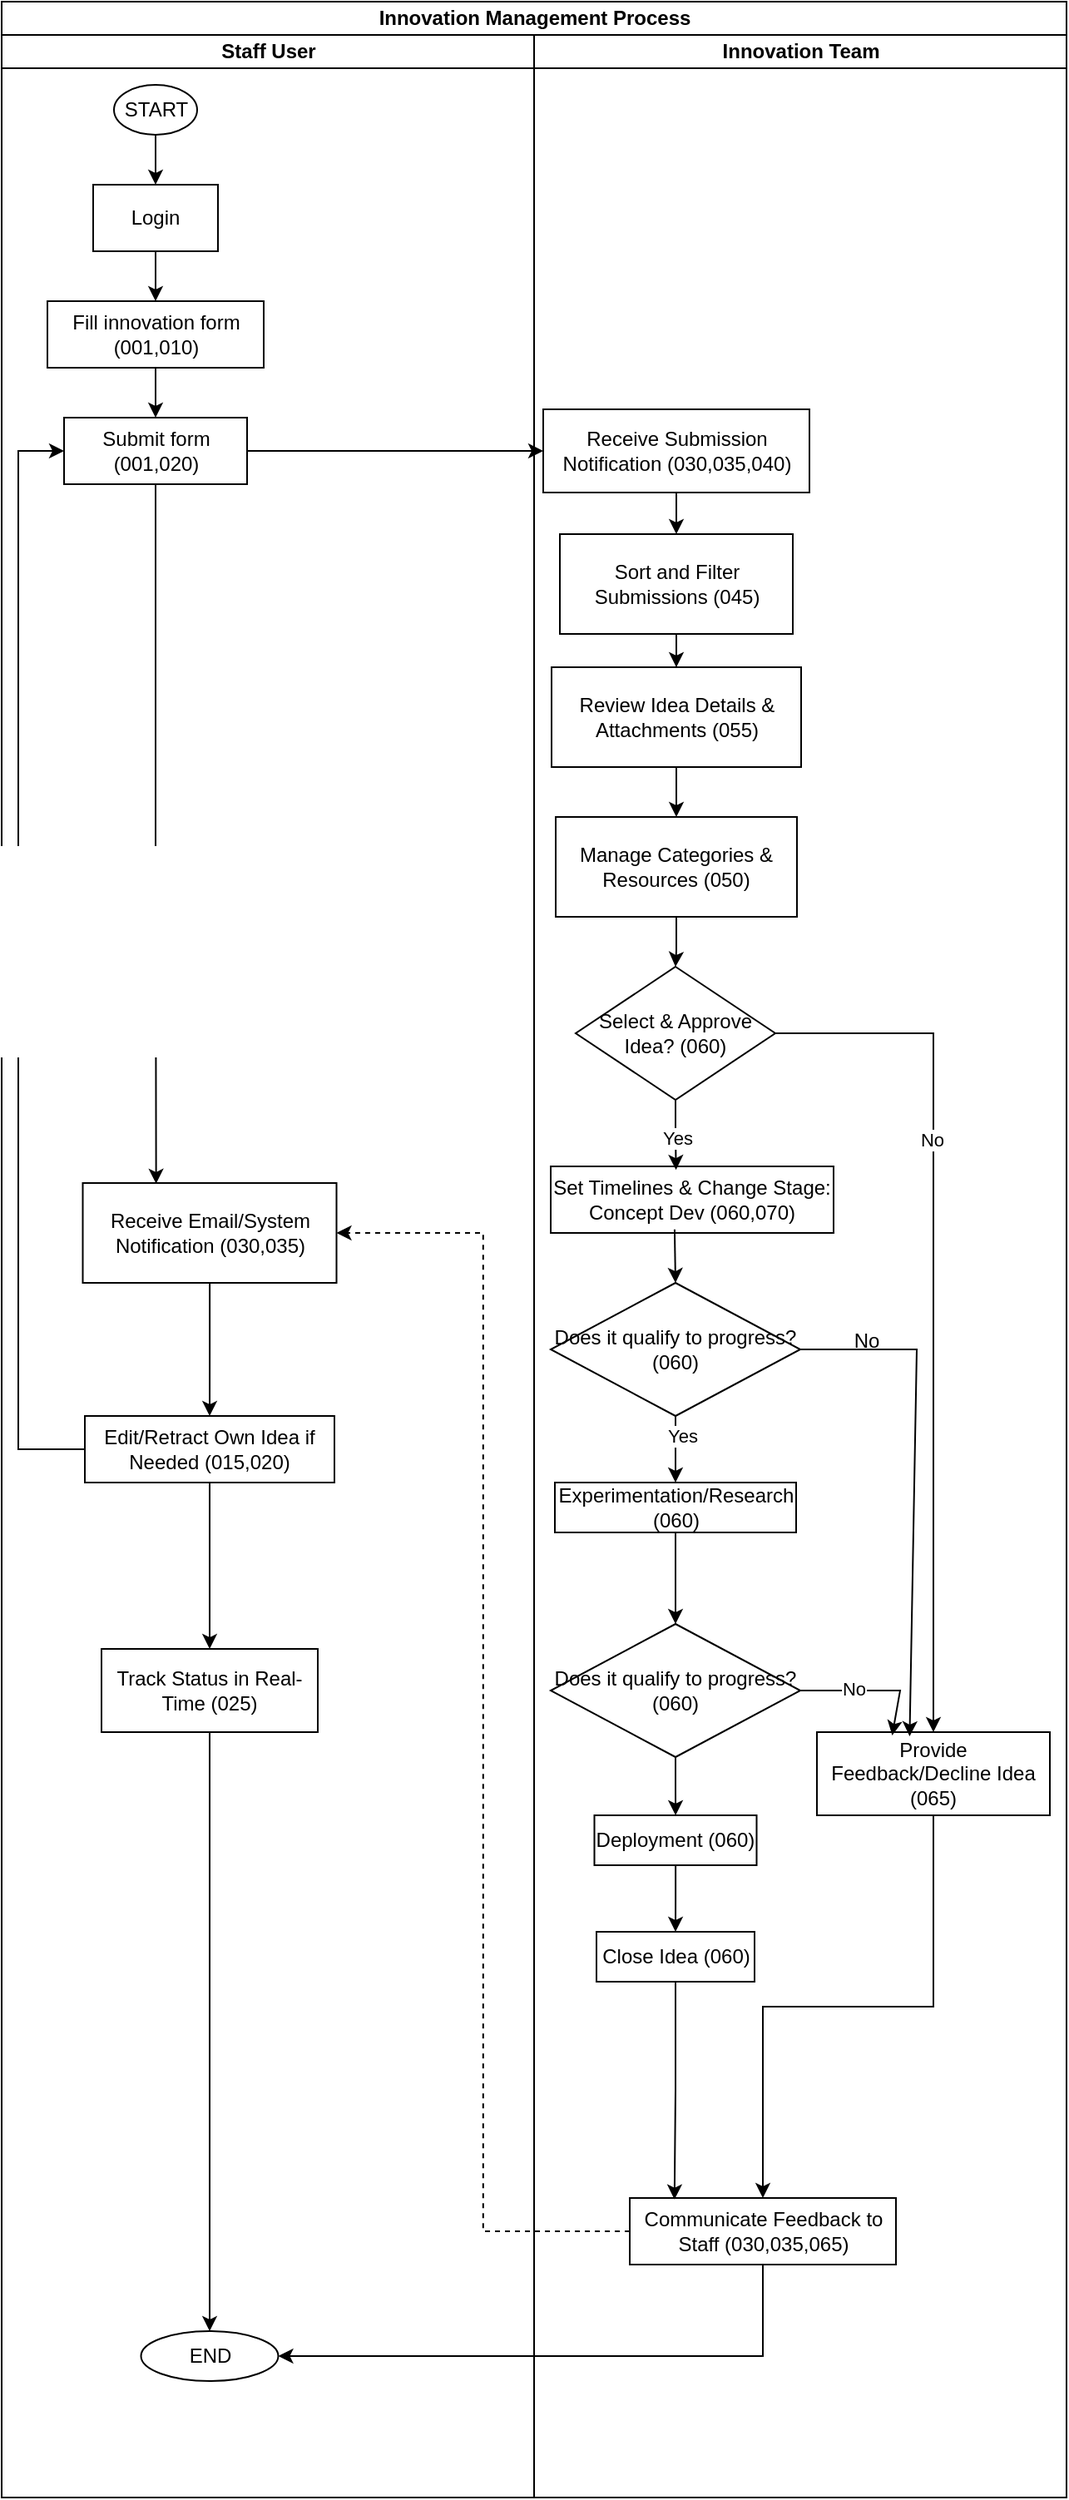
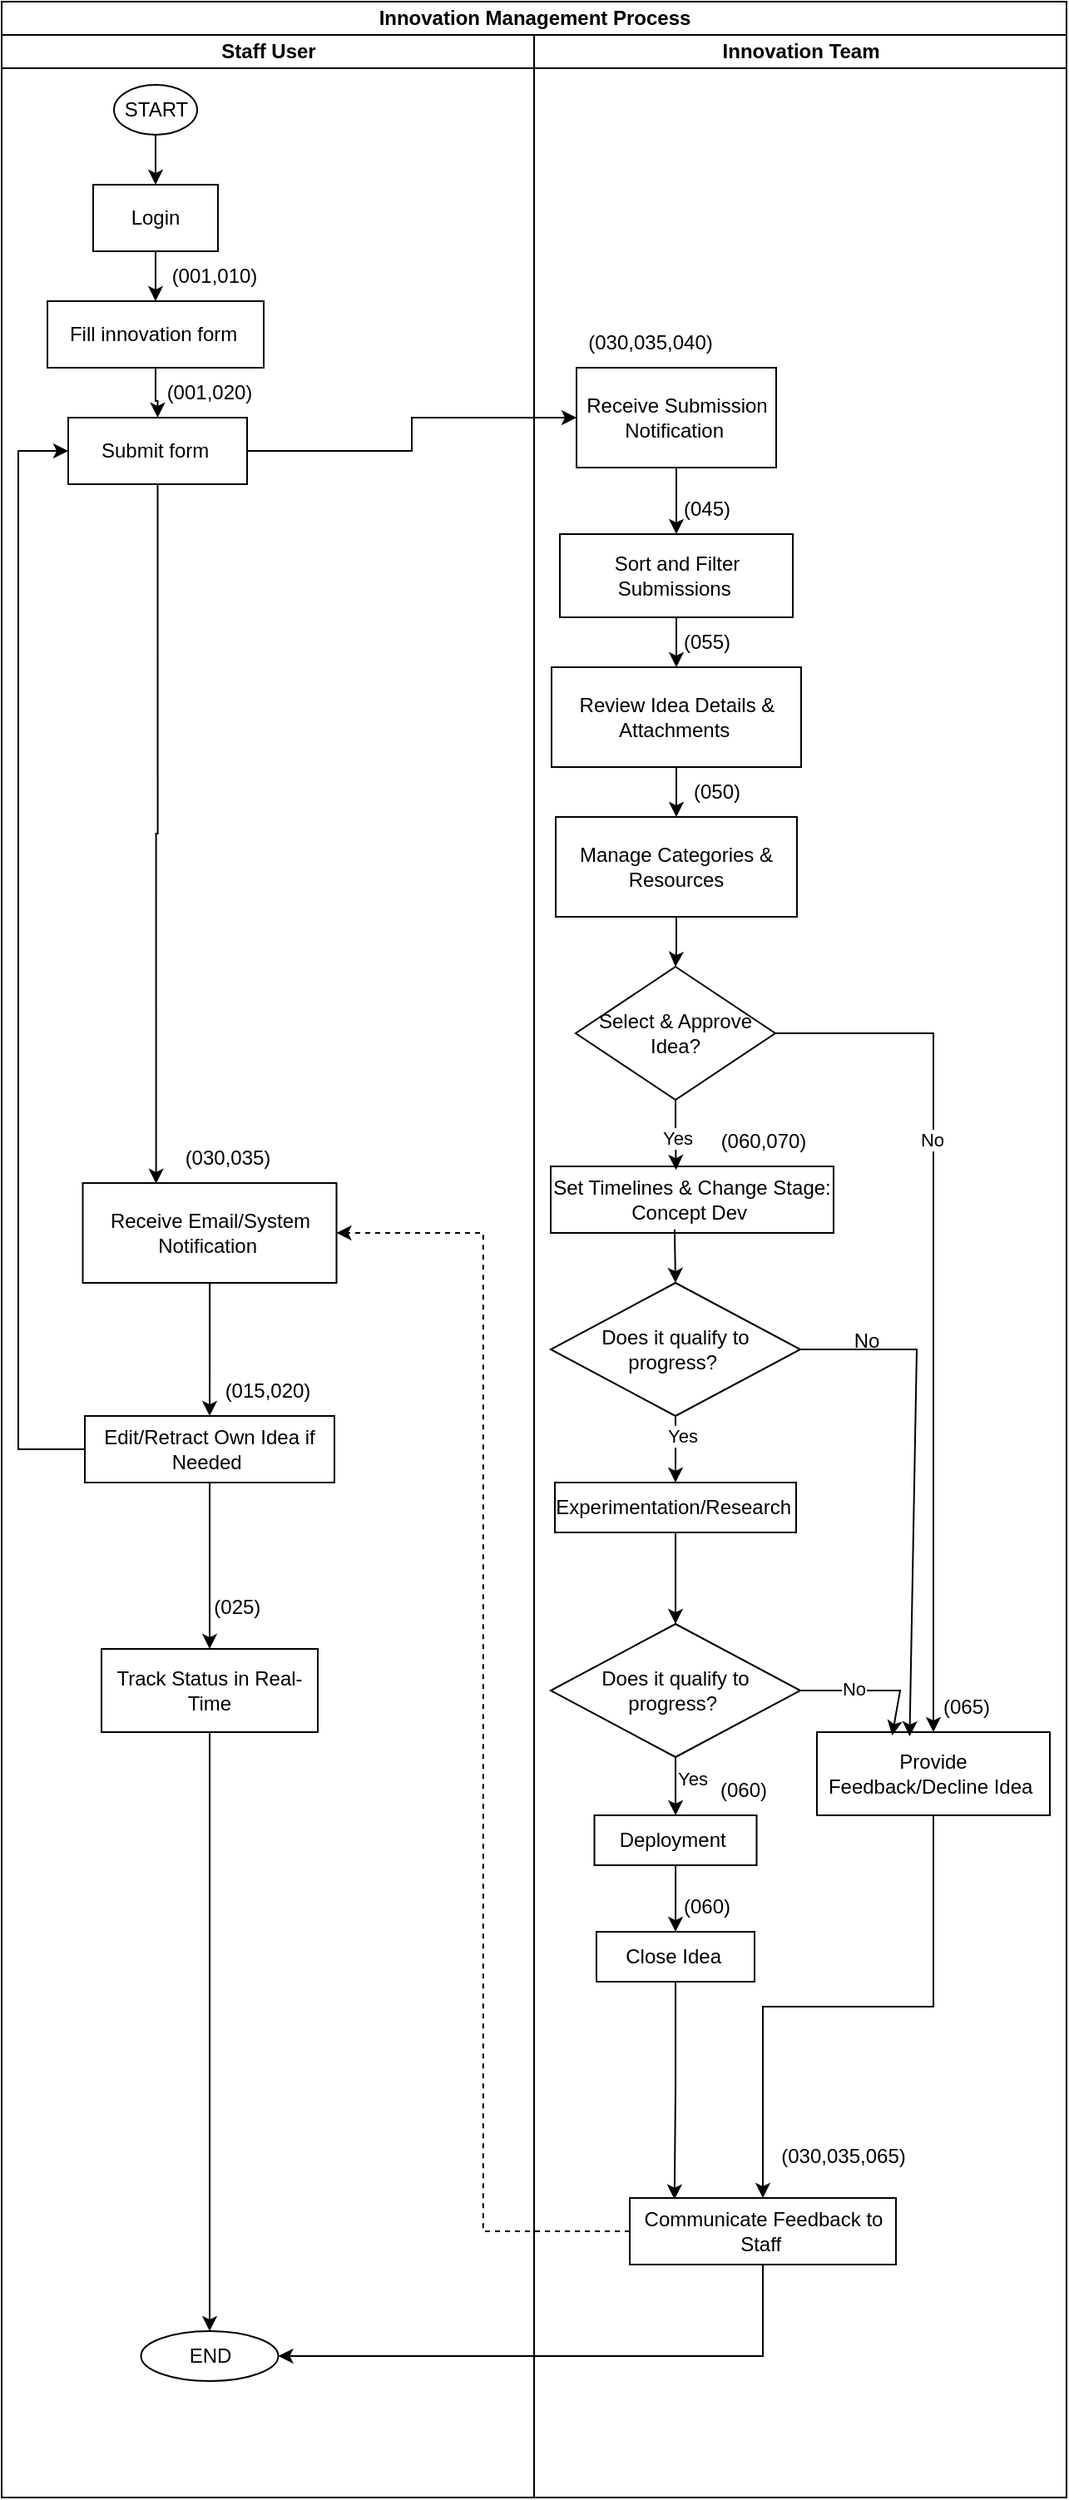
<mxfile host="app.diagrams.net">
  <diagram name="Page-1" id="NzBPN_s66oVQDI3vJqrA">
-     <mxGraphModel dx="971" dy="1600" grid="1" gridSize="10" guides="1" tooltips="1" connect="1" arrows="1" fold="1" page="1" pageScale="1" pageWidth="850" pageHeight="1100" math="0" shadow="0">
+     <mxGraphModel dx="1553" dy="1900" grid="1" gridSize="10" guides="1" tooltips="1" connect="1" arrows="1" fold="1" page="1" pageScale="1" pageWidth="850" pageHeight="1100" math="0" shadow="0">
      <root>
        <mxCell id="0" />
        <mxCell id="1" parent="0" />
        <mxCell id="LUJ0E_LTl8ZW-xbAsiY0-1" parent="1" style="swimlane;childLayout=stackLayout;resizeParent=1;resizeParentMax=0;startSize=20;html=1;" value="Innovation Management Process" vertex="1">
          <mxGeometry height="1500" width="640" x="80" y="-1090" as="geometry" />
        </mxCell>
        <mxCell id="LUJ0E_LTl8ZW-xbAsiY0-19" edge="1" parent="LUJ0E_LTl8ZW-xbAsiY0-1" source="LUJ0E_LTl8ZW-xbAsiY0-10" style="edgeStyle=orthogonalEdgeStyle;rounded=0;orthogonalLoop=1;jettySize=auto;html=1;" target="LUJ0E_LTl8ZW-xbAsiY0-24" value="">
          <mxGeometry relative="1" as="geometry" />
        </mxCell>
        <mxCell id="LUJ0E_LTl8ZW-xbAsiY0-21" edge="1" parent="LUJ0E_LTl8ZW-xbAsiY0-1" source="LUJ0E_LTl8ZW-xbAsiY0-45" style="edgeStyle=orthogonalEdgeStyle;rounded=0;orthogonalLoop=1;jettySize=auto;html=1;exitX=0.5;exitY=1;exitDx=0;exitDy=0;entryX=1;entryY=0.5;entryDx=0;entryDy=0;" target="LUJ0E_LTl8ZW-xbAsiY0-18">
          <mxGeometry relative="1" as="geometry" />
        </mxCell>
        <mxCell id="LUJ0E_LTl8ZW-xbAsiY0-2" parent="LUJ0E_LTl8ZW-xbAsiY0-1" style="swimlane;startSize=20;html=1;" value="Staff User" vertex="1">
          <mxGeometry height="1480" width="320" y="20" as="geometry" />
        </mxCell>
        <mxCell id="LUJ0E_LTl8ZW-xbAsiY0-3" edge="1" parent="LUJ0E_LTl8ZW-xbAsiY0-2" source="LUJ0E_LTl8ZW-xbAsiY0-4" style="edgeStyle=orthogonalEdgeStyle;rounded=0;orthogonalLoop=1;jettySize=auto;html=1;" target="LUJ0E_LTl8ZW-xbAsiY0-6" value="">
          <mxGeometry relative="1" as="geometry" />
        </mxCell>
        <mxCell id="LUJ0E_LTl8ZW-xbAsiY0-4" parent="LUJ0E_LTl8ZW-xbAsiY0-2" style="ellipse;whiteSpace=wrap;html=1;" value="START" vertex="1">
          <mxGeometry height="30" width="50" x="67.5" y="30" as="geometry" />
        </mxCell>
        <mxCell id="LUJ0E_LTl8ZW-xbAsiY0-5" edge="1" parent="LUJ0E_LTl8ZW-xbAsiY0-2" source="LUJ0E_LTl8ZW-xbAsiY0-6" style="edgeStyle=orthogonalEdgeStyle;rounded=0;orthogonalLoop=1;jettySize=auto;html=1;" target="LUJ0E_LTl8ZW-xbAsiY0-8" value="">
          <mxGeometry relative="1" as="geometry" />
        </mxCell>
        <mxCell id="LUJ0E_LTl8ZW-xbAsiY0-6" parent="LUJ0E_LTl8ZW-xbAsiY0-2" style="whiteSpace=wrap;html=1;" value="Login" vertex="1">
          <mxGeometry height="40" width="75" x="55" y="90" as="geometry" />
        </mxCell>
        <mxCell id="LUJ0E_LTl8ZW-xbAsiY0-7" edge="1" parent="LUJ0E_LTl8ZW-xbAsiY0-2" source="LUJ0E_LTl8ZW-xbAsiY0-8" style="edgeStyle=orthogonalEdgeStyle;rounded=0;orthogonalLoop=1;jettySize=auto;html=1;" target="LUJ0E_LTl8ZW-xbAsiY0-10" value="">
          <mxGeometry relative="1" as="geometry" />
        </mxCell>
-         <mxCell id="LUJ0E_LTl8ZW-xbAsiY0-8" parent="LUJ0E_LTl8ZW-xbAsiY0-2" style="whiteSpace=wrap;html=1;" value="Fill innovation form (001,010)" vertex="1">
+         <mxCell id="LUJ0E_LTl8ZW-xbAsiY0-8" parent="LUJ0E_LTl8ZW-xbAsiY0-2" style="whiteSpace=wrap;html=1;" value="Fill innovation form&amp;nbsp;" vertex="1">
          <mxGeometry height="40" width="130" x="27.5" y="160" as="geometry" />
        </mxCell>
        <mxCell id="LUJ0E_LTl8ZW-xbAsiY0-60" edge="1" parent="LUJ0E_LTl8ZW-xbAsiY0-2" source="LUJ0E_LTl8ZW-xbAsiY0-10" style="edgeStyle=orthogonalEdgeStyle;rounded=0;orthogonalLoop=1;jettySize=auto;html=1;exitX=0.5;exitY=1;exitDx=0;exitDy=0;entryX=0.289;entryY=0.007;entryDx=0;entryDy=0;entryPerimeter=0;" target="LUJ0E_LTl8ZW-xbAsiY0-12">
          <mxGeometry relative="1" as="geometry">
            <mxPoint x="110" y="650" as="targetPoint" />
          </mxGeometry>
        </mxCell>
-         <mxCell id="LUJ0E_LTl8ZW-xbAsiY0-10" parent="LUJ0E_LTl8ZW-xbAsiY0-2" style="whiteSpace=wrap;html=1;" value="Submit form (001,020)" vertex="1">
-           <mxGeometry height="40" width="110" x="37.5" y="230" as="geometry" />
+         <mxCell id="LUJ0E_LTl8ZW-xbAsiY0-10" parent="LUJ0E_LTl8ZW-xbAsiY0-2" style="whiteSpace=wrap;html=1;" value="Submit form&amp;nbsp;" vertex="1">
+           <mxGeometry height="40" width="107.5" x="40" y="230" as="geometry" />
        </mxCell>
        <mxCell id="LUJ0E_LTl8ZW-xbAsiY0-11" edge="1" parent="LUJ0E_LTl8ZW-xbAsiY0-2" source="LUJ0E_LTl8ZW-xbAsiY0-12" style="edgeStyle=orthogonalEdgeStyle;rounded=0;orthogonalLoop=1;jettySize=auto;html=1;" target="LUJ0E_LTl8ZW-xbAsiY0-14" value="">
          <mxGeometry relative="1" as="geometry" />
        </mxCell>
-         <mxCell id="LUJ0E_LTl8ZW-xbAsiY0-12" parent="LUJ0E_LTl8ZW-xbAsiY0-2" style="whiteSpace=wrap;html=1;" value="Receive Email/System Notification (030,035)" vertex="1">
+         <mxCell id="LUJ0E_LTl8ZW-xbAsiY0-12" parent="LUJ0E_LTl8ZW-xbAsiY0-2" style="whiteSpace=wrap;html=1;" value="Receive Email/System Notification&amp;nbsp;" vertex="1">
          <mxGeometry height="60" width="152.5" x="48.75" y="690" as="geometry" />
        </mxCell>
        <mxCell id="LUJ0E_LTl8ZW-xbAsiY0-13" edge="1" parent="LUJ0E_LTl8ZW-xbAsiY0-2" source="LUJ0E_LTl8ZW-xbAsiY0-14" style="edgeStyle=orthogonalEdgeStyle;rounded=0;orthogonalLoop=1;jettySize=auto;html=1;" target="LUJ0E_LTl8ZW-xbAsiY0-16" value="">
          <mxGeometry relative="1" as="geometry" />
        </mxCell>
-         <mxCell id="LUJ0E_LTl8ZW-xbAsiY0-14" parent="LUJ0E_LTl8ZW-xbAsiY0-2" style="whiteSpace=wrap;html=1;" value="Edit/Retract Own Idea if Needed (015,020)" vertex="1">
+         <mxCell id="LUJ0E_LTl8ZW-xbAsiY0-14" parent="LUJ0E_LTl8ZW-xbAsiY0-2" style="whiteSpace=wrap;html=1;" value="Edit/Retract Own Idea if Needed&amp;nbsp;" vertex="1">
          <mxGeometry height="40" width="150" x="50" y="830" as="geometry" />
        </mxCell>
        <mxCell id="LUJ0E_LTl8ZW-xbAsiY0-59" edge="1" parent="LUJ0E_LTl8ZW-xbAsiY0-2" source="LUJ0E_LTl8ZW-xbAsiY0-16" style="edgeStyle=orthogonalEdgeStyle;rounded=0;orthogonalLoop=1;jettySize=auto;html=1;exitX=0.5;exitY=1;exitDx=0;exitDy=0;entryX=0.5;entryY=0;entryDx=0;entryDy=0;" target="LUJ0E_LTl8ZW-xbAsiY0-18">
          <mxGeometry relative="1" as="geometry" />
        </mxCell>
-         <mxCell id="LUJ0E_LTl8ZW-xbAsiY0-16" parent="LUJ0E_LTl8ZW-xbAsiY0-2" style="whiteSpace=wrap;html=1;" value="Track Status in Real-Time (025)" vertex="1">
+         <mxCell id="LUJ0E_LTl8ZW-xbAsiY0-16" parent="LUJ0E_LTl8ZW-xbAsiY0-2" style="whiteSpace=wrap;html=1;" value="Track Status in Real-Time" vertex="1">
          <mxGeometry height="50" width="130" x="60" y="970" as="geometry" />
        </mxCell>
        <mxCell id="LUJ0E_LTl8ZW-xbAsiY0-17" edge="1" parent="LUJ0E_LTl8ZW-xbAsiY0-2" source="LUJ0E_LTl8ZW-xbAsiY0-10" style="endArrow=none;html=1;rounded=0;entryX=0;entryY=0.5;entryDx=0;entryDy=0;curved=0;exitX=0;exitY=0.5;exitDx=0;exitDy=0;startArrow=classic;startFill=1;" target="LUJ0E_LTl8ZW-xbAsiY0-14" value="">
          <mxGeometry height="50" relative="1" width="50" as="geometry">
            <Array as="points">
              <mxPoint x="10" y="250" />
              <mxPoint x="10" y="550" />
              <mxPoint x="10" y="850" />
            </Array>
            <mxPoint x="20" y="250" as="sourcePoint" />
            <mxPoint x="410" y="920" as="targetPoint" />
          </mxGeometry>
        </mxCell>
        <mxCell id="LUJ0E_LTl8ZW-xbAsiY0-18" parent="LUJ0E_LTl8ZW-xbAsiY0-2" style="ellipse;whiteSpace=wrap;html=1;" value="END" vertex="1">
          <mxGeometry height="30" width="82.5" x="83.75" y="1380" as="geometry" />
        </mxCell>
+         <mxCell id="yHtZUQQgsRgVJ6yFg1TB-1" parent="LUJ0E_LTl8ZW-xbAsiY0-2" style="text;html=1;whiteSpace=wrap;strokeColor=none;fillColor=none;align=center;verticalAlign=middle;rounded=0;" value="(001,010)" vertex="1">
+           <mxGeometry height="30" width="60" x="97.5" y="130" as="geometry" />
+         </mxCell>
+         <mxCell id="yHtZUQQgsRgVJ6yFg1TB-2" parent="LUJ0E_LTl8ZW-xbAsiY0-2" style="text;html=1;whiteSpace=wrap;strokeColor=none;fillColor=none;align=center;verticalAlign=middle;rounded=0;" value="(001,020)" vertex="1">
+           <mxGeometry height="30" width="60" x="95" y="200" as="geometry" />
+         </mxCell>
+         <mxCell id="yHtZUQQgsRgVJ6yFg1TB-3" parent="LUJ0E_LTl8ZW-xbAsiY0-2" style="text;html=1;whiteSpace=wrap;strokeColor=none;fillColor=none;align=center;verticalAlign=middle;rounded=0;" value="(030,035)" vertex="1">
+           <mxGeometry height="30" width="60" x="106.25" y="660" as="geometry" />
+         </mxCell>
+         <mxCell id="yHtZUQQgsRgVJ6yFg1TB-5" parent="LUJ0E_LTl8ZW-xbAsiY0-2" style="text;html=1;whiteSpace=wrap;strokeColor=none;fillColor=none;align=center;verticalAlign=middle;rounded=0;" value="(015,020)" vertex="1">
+           <mxGeometry height="30" width="60" x="130" y="800" as="geometry" />
+         </mxCell>
+         <mxCell id="LUJ0E_LTl8ZW-xbAsiY0-58" edge="1" parent="LUJ0E_LTl8ZW-xbAsiY0-1" source="LUJ0E_LTl8ZW-xbAsiY0-45" style="edgeStyle=orthogonalEdgeStyle;rounded=0;orthogonalLoop=1;jettySize=auto;html=1;exitX=0;exitY=0.5;exitDx=0;exitDy=0;entryX=1;entryY=0.5;entryDx=0;entryDy=0;dashed=1;" target="LUJ0E_LTl8ZW-xbAsiY0-12">
+           <mxGeometry relative="1" as="geometry" />
+         </mxCell>
        <mxCell id="LUJ0E_LTl8ZW-xbAsiY0-22" parent="LUJ0E_LTl8ZW-xbAsiY0-1" style="swimlane;startSize=20;html=1;" value="Innovation Team" vertex="1">
          <mxGeometry height="1480" width="320" x="320" y="20" as="geometry" />
        </mxCell>
        <mxCell id="LUJ0E_LTl8ZW-xbAsiY0-23" edge="1" parent="LUJ0E_LTl8ZW-xbAsiY0-22" source="LUJ0E_LTl8ZW-xbAsiY0-24" style="edgeStyle=orthogonalEdgeStyle;rounded=0;orthogonalLoop=1;jettySize=auto;html=1;" target="LUJ0E_LTl8ZW-xbAsiY0-26" value="">
          <mxGeometry relative="1" as="geometry" />
        </mxCell>
-         <mxCell id="LUJ0E_LTl8ZW-xbAsiY0-24" parent="LUJ0E_LTl8ZW-xbAsiY0-22" style="whiteSpace=wrap;html=1;" value="Receive Submission Notification (030,035,040)" vertex="1">
-           <mxGeometry height="50" width="160" x="5.5" y="225" as="geometry" />
+         <mxCell id="LUJ0E_LTl8ZW-xbAsiY0-24" parent="LUJ0E_LTl8ZW-xbAsiY0-22" style="whiteSpace=wrap;html=1;" value="Receive Submission Notification&amp;nbsp;" vertex="1">
+           <mxGeometry height="60" width="120" x="25.5" y="200" as="geometry" />
        </mxCell>
        <mxCell id="LUJ0E_LTl8ZW-xbAsiY0-25" edge="1" parent="LUJ0E_LTl8ZW-xbAsiY0-22" source="LUJ0E_LTl8ZW-xbAsiY0-26" style="edgeStyle=orthogonalEdgeStyle;rounded=0;orthogonalLoop=1;jettySize=auto;html=1;" target="LUJ0E_LTl8ZW-xbAsiY0-28" value="">
          <mxGeometry relative="1" as="geometry" />
        </mxCell>
-         <mxCell id="LUJ0E_LTl8ZW-xbAsiY0-26" parent="LUJ0E_LTl8ZW-xbAsiY0-22" style="whiteSpace=wrap;html=1;" value="Sort and Filter Submissions (045)" vertex="1">
-           <mxGeometry height="60" width="140" x="15.5" y="300" as="geometry" />
+         <mxCell id="LUJ0E_LTl8ZW-xbAsiY0-26" parent="LUJ0E_LTl8ZW-xbAsiY0-22" style="whiteSpace=wrap;html=1;" value="Sort and Filter Submissions&amp;nbsp;" vertex="1">
+           <mxGeometry height="50" width="140" x="15.5" y="300" as="geometry" />
        </mxCell>
        <mxCell id="LUJ0E_LTl8ZW-xbAsiY0-27" edge="1" parent="LUJ0E_LTl8ZW-xbAsiY0-22" source="LUJ0E_LTl8ZW-xbAsiY0-28" style="edgeStyle=orthogonalEdgeStyle;rounded=0;orthogonalLoop=1;jettySize=auto;html=1;" target="LUJ0E_LTl8ZW-xbAsiY0-30" value="">
          <mxGeometry relative="1" as="geometry" />
        </mxCell>
-         <mxCell id="LUJ0E_LTl8ZW-xbAsiY0-28" parent="LUJ0E_LTl8ZW-xbAsiY0-22" style="whiteSpace=wrap;html=1;" value="Review Idea Details &amp; Attachments (055)" vertex="1">
+         <mxCell id="LUJ0E_LTl8ZW-xbAsiY0-28" parent="LUJ0E_LTl8ZW-xbAsiY0-22" style="whiteSpace=wrap;html=1;" value="Review Idea Details &amp;amp; Attachments&amp;nbsp;" vertex="1">
          <mxGeometry height="60" width="150" x="10.5" y="380" as="geometry" />
        </mxCell>
        <mxCell id="LUJ0E_LTl8ZW-xbAsiY0-29" edge="1" parent="LUJ0E_LTl8ZW-xbAsiY0-22" source="LUJ0E_LTl8ZW-xbAsiY0-30" style="edgeStyle=orthogonalEdgeStyle;rounded=0;orthogonalLoop=1;jettySize=auto;html=1;" target="LUJ0E_LTl8ZW-xbAsiY0-34" value="">
          <mxGeometry relative="1" as="geometry" />
        </mxCell>
-         <mxCell id="LUJ0E_LTl8ZW-xbAsiY0-30" parent="LUJ0E_LTl8ZW-xbAsiY0-22" style="whiteSpace=wrap;html=1;" value="Manage Categories &amp; Resources (050)" vertex="1">
+         <mxCell id="LUJ0E_LTl8ZW-xbAsiY0-30" parent="LUJ0E_LTl8ZW-xbAsiY0-22" style="whiteSpace=wrap;html=1;" value="Manage Categories &amp;amp; Resources" vertex="1">
          <mxGeometry height="60" width="145" x="13" y="470" as="geometry" />
        </mxCell>
        <mxCell id="LUJ0E_LTl8ZW-xbAsiY0-32" edge="1" parent="LUJ0E_LTl8ZW-xbAsiY0-22" source="LUJ0E_LTl8ZW-xbAsiY0-34" style="edgeStyle=orthogonalEdgeStyle;rounded=0;orthogonalLoop=1;jettySize=auto;html=1;" target="LUJ0E_LTl8ZW-xbAsiY0-44" value="">
          <mxGeometry relative="1" as="geometry" />
        </mxCell>
        <mxCell id="LUJ0E_LTl8ZW-xbAsiY0-33" connectable="0" parent="LUJ0E_LTl8ZW-xbAsiY0-32" style="edgeLabel;html=1;align=center;verticalAlign=middle;resizable=0;points=[];" value="No" vertex="1">
          <mxGeometry relative="1" x="-0.3833" as="geometry">
            <mxPoint x="-1" as="offset" />
          </mxGeometry>
        </mxCell>
-         <mxCell id="LUJ0E_LTl8ZW-xbAsiY0-34" parent="LUJ0E_LTl8ZW-xbAsiY0-22" style="rhombus;whiteSpace=wrap;html=1;" value="Select &amp; Approve Idea? (060)" vertex="1">
+         <mxCell id="LUJ0E_LTl8ZW-xbAsiY0-34" parent="LUJ0E_LTl8ZW-xbAsiY0-22" style="rhombus;whiteSpace=wrap;html=1;" value="Select &amp;amp; Approve Idea?" vertex="1">
          <mxGeometry height="80" width="120" x="25" y="560" as="geometry" />
        </mxCell>
-         <mxCell id="LUJ0E_LTl8ZW-xbAsiY0-36" parent="LUJ0E_LTl8ZW-xbAsiY0-22" style="whiteSpace=wrap;html=1;" value="Set Timelines &amp; Change Stage: Concept Dev (060,070)" vertex="1">
+         <mxCell id="LUJ0E_LTl8ZW-xbAsiY0-36" parent="LUJ0E_LTl8ZW-xbAsiY0-22" style="whiteSpace=wrap;html=1;" value="Set Timelines &amp;amp; Change Stage: Concept Dev&amp;nbsp;" vertex="1">
          <mxGeometry height="40" width="170" x="10" y="680" as="geometry" />
        </mxCell>
        <mxCell id="LUJ0E_LTl8ZW-xbAsiY0-38" edge="1" parent="LUJ0E_LTl8ZW-xbAsiY0-22" source="LUJ0E_LTl8ZW-xbAsiY0-40" style="edgeStyle=orthogonalEdgeStyle;rounded=0;orthogonalLoop=1;jettySize=auto;html=1;" target="LUJ0E_LTl8ZW-xbAsiY0-42" value="">
          <mxGeometry relative="1" as="geometry" />
        </mxCell>
        <mxCell id="LUJ0E_LTl8ZW-xbAsiY0-39" connectable="0" parent="LUJ0E_LTl8ZW-xbAsiY0-38" style="edgeLabel;html=1;align=center;verticalAlign=middle;resizable=0;points=[];" value="Yes" vertex="1">
          <mxGeometry relative="1" x="-0.4" y="4" as="geometry">
            <mxPoint as="offset" />
          </mxGeometry>
        </mxCell>
-         <mxCell id="LUJ0E_LTl8ZW-xbAsiY0-40" parent="LUJ0E_LTl8ZW-xbAsiY0-22" style="rhombus;whiteSpace=wrap;html=1;" value="Does it qualify to progress? (060)" vertex="1">
+         <mxCell id="LUJ0E_LTl8ZW-xbAsiY0-40" parent="LUJ0E_LTl8ZW-xbAsiY0-22" style="rhombus;whiteSpace=wrap;html=1;" value="Does it qualify to progress?&amp;nbsp;" vertex="1">
          <mxGeometry height="80" width="150" x="10" y="750" as="geometry" />
        </mxCell>
        <mxCell id="LUJ0E_LTl8ZW-xbAsiY0-41" edge="1" parent="LUJ0E_LTl8ZW-xbAsiY0-22" source="LUJ0E_LTl8ZW-xbAsiY0-42" style="edgeStyle=orthogonalEdgeStyle;rounded=0;orthogonalLoop=1;jettySize=auto;html=1;" target="LUJ0E_LTl8ZW-xbAsiY0-47" value="">
          <mxGeometry relative="1" as="geometry" />
        </mxCell>
-         <mxCell id="LUJ0E_LTl8ZW-xbAsiY0-42" parent="LUJ0E_LTl8ZW-xbAsiY0-22" style="whiteSpace=wrap;html=1;" value="Experimentation/Research (060)" vertex="1">
+         <mxCell id="LUJ0E_LTl8ZW-xbAsiY0-42" parent="LUJ0E_LTl8ZW-xbAsiY0-22" style="whiteSpace=wrap;html=1;" value="Experimentation/Research&amp;nbsp;" vertex="1">
          <mxGeometry height="30" width="145" x="12.5" y="870" as="geometry" />
        </mxCell>
        <mxCell id="LUJ0E_LTl8ZW-xbAsiY0-43" edge="1" parent="LUJ0E_LTl8ZW-xbAsiY0-22" source="LUJ0E_LTl8ZW-xbAsiY0-44" style="edgeStyle=orthogonalEdgeStyle;rounded=0;orthogonalLoop=1;jettySize=auto;html=1;" target="LUJ0E_LTl8ZW-xbAsiY0-45" value="">
          <mxGeometry relative="1" as="geometry" />
        </mxCell>
-         <mxCell id="LUJ0E_LTl8ZW-xbAsiY0-44" parent="LUJ0E_LTl8ZW-xbAsiY0-22" style="whiteSpace=wrap;html=1;" value="Provide Feedback/Decline Idea (065)" vertex="1">
+         <mxCell id="LUJ0E_LTl8ZW-xbAsiY0-44" parent="LUJ0E_LTl8ZW-xbAsiY0-22" style="whiteSpace=wrap;html=1;" value="Provide Feedback/Decline Idea&amp;nbsp;" vertex="1">
          <mxGeometry height="50" width="140" x="170" y="1020" as="geometry" />
        </mxCell>
-         <mxCell id="LUJ0E_LTl8ZW-xbAsiY0-45" parent="LUJ0E_LTl8ZW-xbAsiY0-22" style="whiteSpace=wrap;html=1;" value="Communicate Feedback to Staff (030,035,065)" vertex="1">
+         <mxCell id="LUJ0E_LTl8ZW-xbAsiY0-45" parent="LUJ0E_LTl8ZW-xbAsiY0-22" style="whiteSpace=wrap;html=1;" value="Communicate Feedback to Staff&amp;nbsp;" vertex="1">
          <mxGeometry height="40" width="160" x="57.5" y="1300" as="geometry" />
        </mxCell>
        <mxCell id="LUJ0E_LTl8ZW-xbAsiY0-46" edge="1" parent="LUJ0E_LTl8ZW-xbAsiY0-22" source="LUJ0E_LTl8ZW-xbAsiY0-47" style="edgeStyle=orthogonalEdgeStyle;rounded=0;orthogonalLoop=1;jettySize=auto;html=1;" target="LUJ0E_LTl8ZW-xbAsiY0-49" value="">
          <mxGeometry relative="1" as="geometry" />
        </mxCell>
-         <mxCell id="LUJ0E_LTl8ZW-xbAsiY0-47" parent="LUJ0E_LTl8ZW-xbAsiY0-22" style="rhombus;whiteSpace=wrap;html=1;" value="Does it qualify to progress? (060)" vertex="1">
+         <mxCell id="yHtZUQQgsRgVJ6yFg1TB-9" connectable="0" parent="LUJ0E_LTl8ZW-xbAsiY0-46" style="edgeLabel;html=1;align=center;verticalAlign=middle;resizable=0;points=[];" value="Yes" vertex="1">
+           <mxGeometry relative="1" x="-0.2571" y="10" as="geometry">
+             <mxPoint as="offset" />
+           </mxGeometry>
+         </mxCell>
+         <mxCell id="LUJ0E_LTl8ZW-xbAsiY0-47" parent="LUJ0E_LTl8ZW-xbAsiY0-22" style="rhombus;whiteSpace=wrap;html=1;" value="Does it qualify to progress?&amp;nbsp;" vertex="1">
          <mxGeometry height="80" width="150" x="10" y="955" as="geometry" />
        </mxCell>
        <mxCell id="LUJ0E_LTl8ZW-xbAsiY0-48" edge="1" parent="LUJ0E_LTl8ZW-xbAsiY0-22" source="LUJ0E_LTl8ZW-xbAsiY0-49" style="edgeStyle=orthogonalEdgeStyle;rounded=0;orthogonalLoop=1;jettySize=auto;html=1;entryX=0.5;entryY=0;entryDx=0;entryDy=0;" target="LUJ0E_LTl8ZW-xbAsiY0-50" value="">
          <mxGeometry relative="1" as="geometry">
            <mxPoint x="112.5" y="1165" as="targetPoint" />
          </mxGeometry>
        </mxCell>
-         <mxCell id="LUJ0E_LTl8ZW-xbAsiY0-49" parent="LUJ0E_LTl8ZW-xbAsiY0-22" style="whiteSpace=wrap;html=1;" value="Deployment (060)" vertex="1">
+         <mxCell id="LUJ0E_LTl8ZW-xbAsiY0-49" parent="LUJ0E_LTl8ZW-xbAsiY0-22" style="whiteSpace=wrap;html=1;" value="Deployment&amp;nbsp;" vertex="1">
          <mxGeometry height="30" width="97.5" x="36.25" y="1070" as="geometry" />
        </mxCell>
-         <mxCell id="LUJ0E_LTl8ZW-xbAsiY0-50" parent="LUJ0E_LTl8ZW-xbAsiY0-22" style="whiteSpace=wrap;html=1;" value="Close Idea (060)" vertex="1">
+         <mxCell id="LUJ0E_LTl8ZW-xbAsiY0-50" parent="LUJ0E_LTl8ZW-xbAsiY0-22" style="whiteSpace=wrap;html=1;" value="Close Idea&amp;nbsp;" vertex="1">
          <mxGeometry height="30" width="95" x="37.5" y="1140" as="geometry" />
        </mxCell>
        <mxCell id="LUJ0E_LTl8ZW-xbAsiY0-51" parent="LUJ0E_LTl8ZW-xbAsiY0-22" style="text;html=1;whiteSpace=wrap;strokeColor=none;fillColor=none;align=center;verticalAlign=middle;rounded=0;" value="No" vertex="1">
          <mxGeometry height="30" width="60" x="170" y="770" as="geometry" />
        </mxCell>
        <mxCell id="LUJ0E_LTl8ZW-xbAsiY0-52" edge="1" parent="LUJ0E_LTl8ZW-xbAsiY0-22" source="LUJ0E_LTl8ZW-xbAsiY0-47" style="endArrow=classic;html=1;rounded=0;exitX=1;exitY=0.5;exitDx=0;exitDy=0;entryX=0.323;entryY=0.04;entryDx=0;entryDy=0;entryPerimeter=0;" target="LUJ0E_LTl8ZW-xbAsiY0-44" value="">
          <mxGeometry height="50" relative="1" width="50" as="geometry">
            <Array as="points">
              <mxPoint x="220" y="995" />
            </Array>
            <mxPoint x="130" y="1040" as="sourcePoint" />
            <mxPoint x="210" y="995" as="targetPoint" />
          </mxGeometry>
        </mxCell>
        <mxCell id="LUJ0E_LTl8ZW-xbAsiY0-53" connectable="0" parent="LUJ0E_LTl8ZW-xbAsiY0-52" style="edgeLabel;html=1;align=center;verticalAlign=middle;resizable=0;points=[];" value="No" vertex="1">
          <mxGeometry relative="1" x="-0.2701" y="2" as="geometry">
            <mxPoint y="1" as="offset" />
          </mxGeometry>
        </mxCell>
        <mxCell id="LUJ0E_LTl8ZW-xbAsiY0-54" edge="1" parent="LUJ0E_LTl8ZW-xbAsiY0-22" source="LUJ0E_LTl8ZW-xbAsiY0-40" style="endArrow=classic;html=1;rounded=0;exitX=1;exitY=0.5;exitDx=0;exitDy=0;entryX=0.398;entryY=0.05;entryDx=0;entryDy=0;entryPerimeter=0;" target="LUJ0E_LTl8ZW-xbAsiY0-44" value="">
          <mxGeometry height="50" relative="1" width="50" as="geometry">
            <Array as="points">
              <mxPoint x="230" y="790" />
            </Array>
            <mxPoint x="150" y="830" as="sourcePoint" />
            <mxPoint x="240" y="790" as="targetPoint" />
          </mxGeometry>
        </mxCell>
        <mxCell id="LUJ0E_LTl8ZW-xbAsiY0-61" edge="1" parent="LUJ0E_LTl8ZW-xbAsiY0-22" source="LUJ0E_LTl8ZW-xbAsiY0-50" style="edgeStyle=orthogonalEdgeStyle;rounded=0;orthogonalLoop=1;jettySize=auto;html=1;exitX=0.5;exitY=1;exitDx=0;exitDy=0;entryX=0.168;entryY=0.021;entryDx=0;entryDy=0;entryPerimeter=0;" target="LUJ0E_LTl8ZW-xbAsiY0-45">
          <mxGeometry relative="1" as="geometry" />
        </mxCell>
        <mxCell id="LUJ0E_LTl8ZW-xbAsiY0-63" edge="1" parent="LUJ0E_LTl8ZW-xbAsiY0-22" source="LUJ0E_LTl8ZW-xbAsiY0-34" style="edgeStyle=orthogonalEdgeStyle;rounded=0;orthogonalLoop=1;jettySize=auto;html=1;exitX=0.5;exitY=1;exitDx=0;exitDy=0;entryX=0.443;entryY=0.052;entryDx=0;entryDy=0;entryPerimeter=0;" target="LUJ0E_LTl8ZW-xbAsiY0-36">
          <mxGeometry relative="1" as="geometry" />
        </mxCell>
        <mxCell id="LUJ0E_LTl8ZW-xbAsiY0-64" connectable="0" parent="LUJ0E_LTl8ZW-xbAsiY0-63" style="edgeLabel;html=1;align=center;verticalAlign=middle;resizable=0;points=[];" value="Yes" vertex="1">
          <mxGeometry relative="1" x="0.1062" as="geometry">
            <mxPoint as="offset" />
          </mxGeometry>
        </mxCell>
        <mxCell id="LUJ0E_LTl8ZW-xbAsiY0-65" edge="1" parent="LUJ0E_LTl8ZW-xbAsiY0-22" source="LUJ0E_LTl8ZW-xbAsiY0-40" style="edgeStyle=orthogonalEdgeStyle;rounded=0;orthogonalLoop=1;jettySize=auto;html=1;exitX=0.5;exitY=0;exitDx=0;exitDy=0;entryX=0.438;entryY=0.948;entryDx=0;entryDy=0;entryPerimeter=0;endArrow=none;endFill=0;startArrow=classic;startFill=1;" target="LUJ0E_LTl8ZW-xbAsiY0-36">
          <mxGeometry relative="1" as="geometry" />
        </mxCell>
-         <mxCell id="LUJ0E_LTl8ZW-xbAsiY0-58" edge="1" parent="LUJ0E_LTl8ZW-xbAsiY0-1" source="LUJ0E_LTl8ZW-xbAsiY0-45" style="edgeStyle=orthogonalEdgeStyle;rounded=0;orthogonalLoop=1;jettySize=auto;html=1;exitX=0;exitY=0.5;exitDx=0;exitDy=0;entryX=1;entryY=0.5;entryDx=0;entryDy=0;dashed=1;" target="LUJ0E_LTl8ZW-xbAsiY0-12">
-           <mxGeometry relative="1" as="geometry" />
+         <mxCell id="yHtZUQQgsRgVJ6yFg1TB-7" parent="LUJ0E_LTl8ZW-xbAsiY0-22" style="text;html=1;whiteSpace=wrap;strokeColor=none;fillColor=none;align=center;verticalAlign=middle;rounded=0;" value="(030,035,065)" vertex="1">
+           <mxGeometry height="30" width="60" x="155.5" y="1260" as="geometry" />
+         </mxCell>
+         <mxCell id="yHtZUQQgsRgVJ6yFg1TB-10" parent="LUJ0E_LTl8ZW-xbAsiY0-22" style="text;html=1;whiteSpace=wrap;strokeColor=none;fillColor=none;align=center;verticalAlign=middle;rounded=0;" value="(060)" vertex="1">
+           <mxGeometry height="30" width="60" x="95.5" y="1040" as="geometry" />
+         </mxCell>
+         <mxCell id="yHtZUQQgsRgVJ6yFg1TB-11" parent="LUJ0E_LTl8ZW-xbAsiY0-22" style="text;html=1;whiteSpace=wrap;strokeColor=none;fillColor=none;align=center;verticalAlign=middle;rounded=0;" value="(060)" vertex="1">
+           <mxGeometry height="30" width="60" x="73.75" y="1110" as="geometry" />
+         </mxCell>
+         <mxCell id="yHtZUQQgsRgVJ6yFg1TB-13" parent="LUJ0E_LTl8ZW-xbAsiY0-22" style="text;html=1;whiteSpace=wrap;strokeColor=none;fillColor=none;align=center;verticalAlign=middle;rounded=0;" value="(055)" vertex="1">
+           <mxGeometry height="30" width="60" x="73.75" y="350" as="geometry" />
+         </mxCell>
+         <mxCell id="yHtZUQQgsRgVJ6yFg1TB-14" parent="LUJ0E_LTl8ZW-xbAsiY0-22" style="text;html=1;whiteSpace=wrap;strokeColor=none;fillColor=none;align=center;verticalAlign=middle;rounded=0;" value="(045)" vertex="1">
+           <mxGeometry height="30" width="60" x="73.75" y="270" as="geometry" />
+         </mxCell>
+         <mxCell id="yHtZUQQgsRgVJ6yFg1TB-15" parent="LUJ0E_LTl8ZW-xbAsiY0-22" style="text;html=1;whiteSpace=wrap;strokeColor=none;fillColor=none;align=center;verticalAlign=middle;rounded=0;" value="(030,035,040)" vertex="1">
+           <mxGeometry height="30" width="60" x="40" y="170" as="geometry" />
+         </mxCell>
+         <mxCell id="yHtZUQQgsRgVJ6yFg1TB-16" parent="LUJ0E_LTl8ZW-xbAsiY0-22" style="text;html=1;whiteSpace=wrap;strokeColor=none;fillColor=none;align=center;verticalAlign=middle;rounded=0;" value="(060,070)" vertex="1">
+           <mxGeometry height="30" width="60" x="107.5" y="650" as="geometry" />
+         </mxCell>
+         <mxCell id="yHtZUQQgsRgVJ6yFg1TB-6" parent="1" style="text;html=1;whiteSpace=wrap;strokeColor=none;fillColor=none;align=center;verticalAlign=middle;rounded=0;" value="&amp;nbsp;(025)" vertex="1">
+           <mxGeometry height="30" width="60" x="190" y="-140" as="geometry" />
+         </mxCell>
+         <mxCell id="yHtZUQQgsRgVJ6yFg1TB-8" parent="1" style="text;html=1;whiteSpace=wrap;strokeColor=none;fillColor=none;align=center;verticalAlign=middle;rounded=0;" value="(065)" vertex="1">
+           <mxGeometry height="30" width="60" x="630" y="-80" as="geometry" />
+         </mxCell>
+         <mxCell id="yHtZUQQgsRgVJ6yFg1TB-12" parent="1" style="text;html=1;whiteSpace=wrap;strokeColor=none;fillColor=none;align=center;verticalAlign=middle;rounded=0;" value="(050)" vertex="1">
+           <mxGeometry height="30" width="60" x="480" y="-630" as="geometry" />
        </mxCell>
      </root>
    </mxGraphModel>
  </diagram>
</mxfile>
